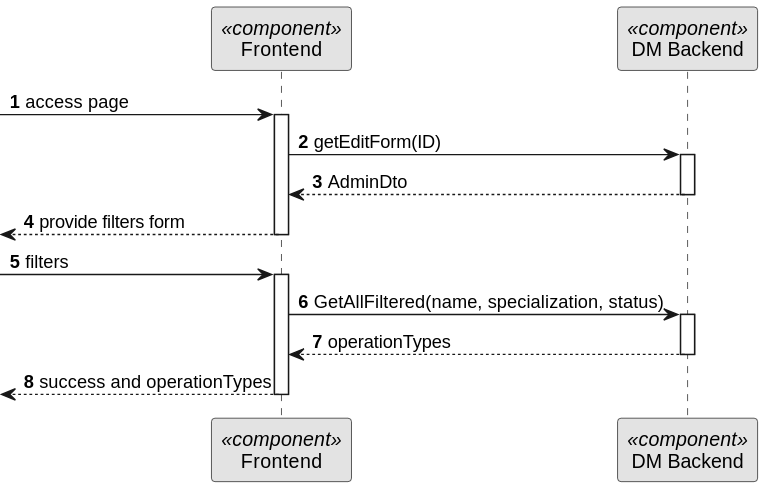
This is docs/BackofficeModule/5.1.23/sequence-diagram-2.svg from Ana-Miguel-Silva/SurgicalAppointmentAndResourceManagement, a PlantUML export, as it was before one commit.
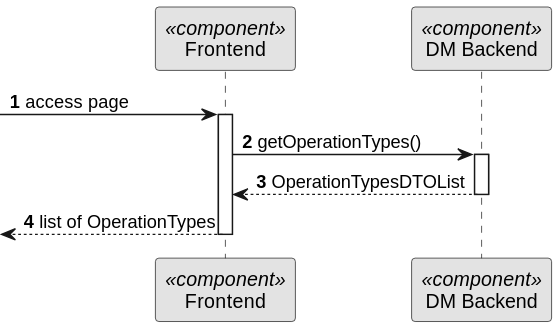
Above is the later version.

What changed in the source:
```diff
@@ -8,22 +8,13 @@
 participant "Frontend" as FE <<component>>
 participant "DM Backend" as BE <<component>>
 
--> FE: access page
+ -> FE: access page
 activate FE
-FE -> BE: getEditForm(ID)
+FE -> BE: getOperationTypes()
 activate BE
-BE --> FE: AdminDto
+BE --> FE: OperationTypesDTOList
 deactivate BE
-<-- FE : provide filters form
-deactivate FE
--> FE : filters
-activate FE
-FE -> BE: GetAllFiltered(name, specialization, status)
-activate BE
-
-BE --> FE: operationTypes
-deactivate BE
-<-- FE : success and operationTypes
+<-- FE : list of OperationTypes
 
 deactivate FE
 @enduml
```
